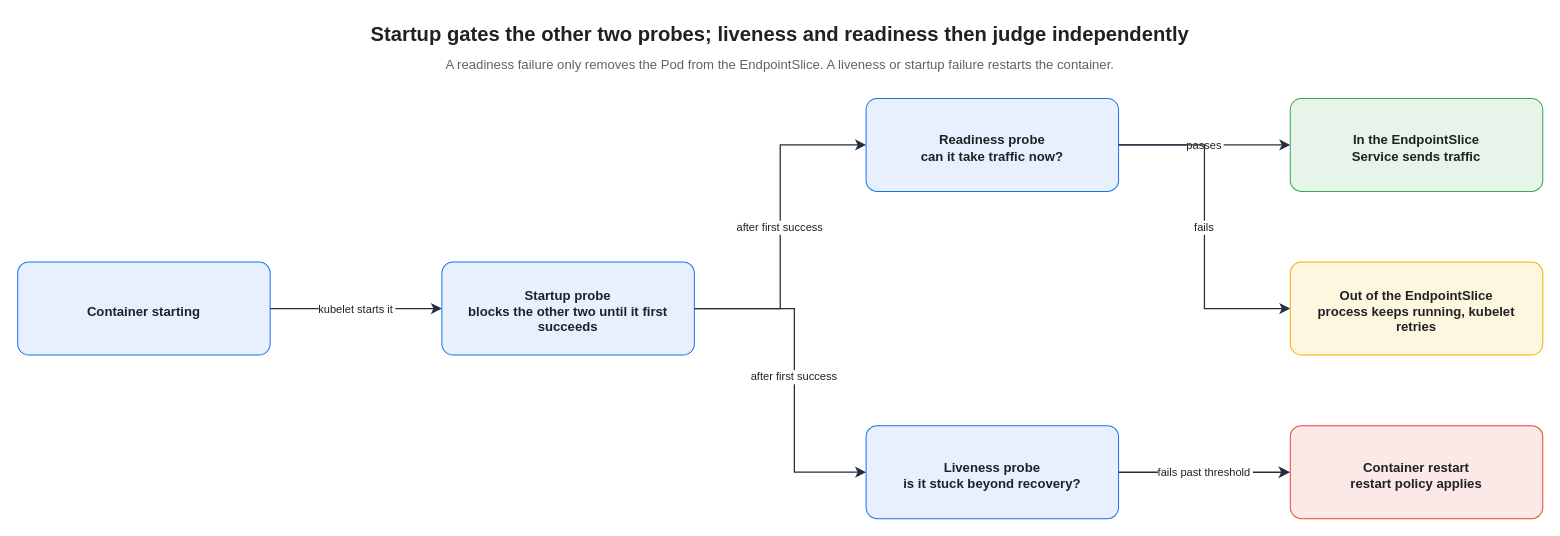
Above: assets/img/kubernetes/probe-state-flow.drawio in KKamJi98/kkamji98.github.io (draw.io), before the change. Source tidied: cells renumbered, new cells numbered last; positions are measured from the earlier drawing's top-left corner, leaving out a move shared by most shapes. Both pictures are drawn from the tidied source at 101%, with x=0, y=0 at pixel (17, 17).
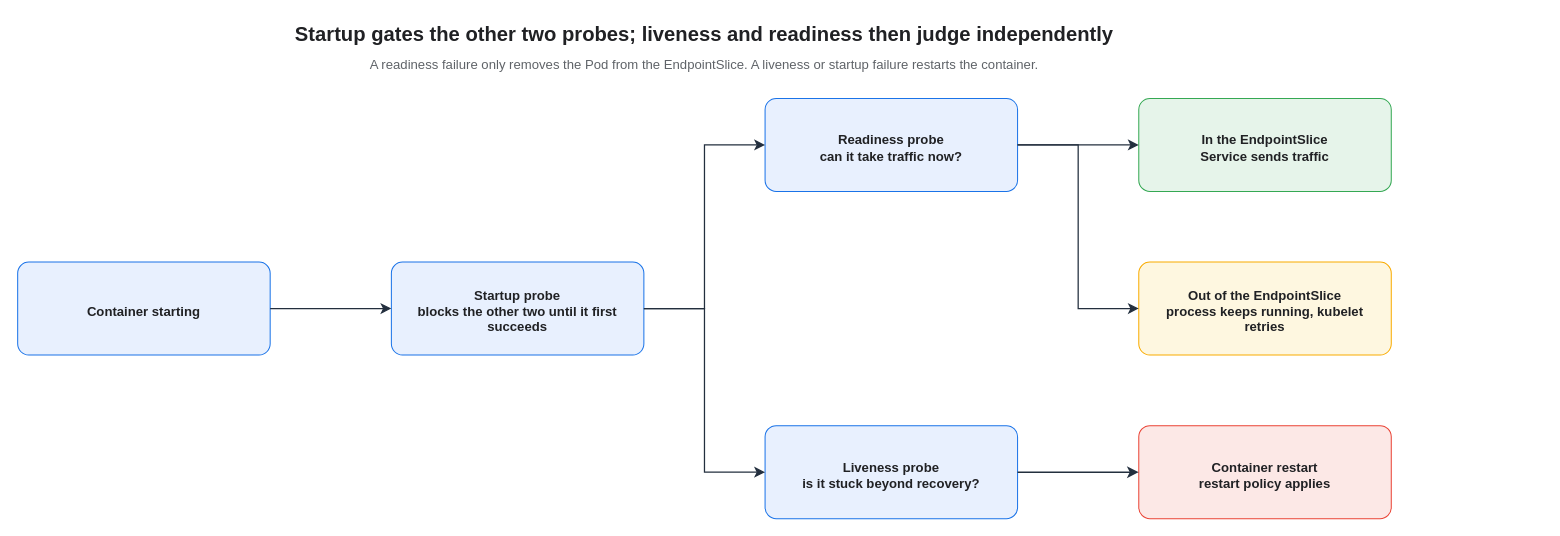
Above is the later version.

The change refers to these unchanged cells:
```xml
<mxCell id="4" value="Container starting" style="rounded=1;whiteSpace=wrap;html=0;arcSize=12;fillColor=#E8F0FE;strokeColor=#1A73E8;fontColor=#202124;fontSize=13;fontStyle=1;align=center;verticalAlign=middle;spacingTop=6;spacingLeft=6;spacingRight=6;" parent="1" vertex="1">
  <mxGeometry y="242" width="250" height="92" as="geometry" />
</mxCell>
```

The edit, as a diff of the source:
```diff
@@
     <mxCell id="2" value="Startup gates the other two probes; liveness and readiness then judge independently" style="text;html=0;strokeColor=none;fillColor=none;align=center;verticalAlign=middle;fontColor=#202124;fontSize=20;fontStyle=1;" parent="1" vertex="1">
-      <mxGeometry width="1510" height="30" as="geometry" />
+      <mxGeometry width="1360" height="30" as="geometry" />
     </mxCell>
     <mxCell id="3" value="A readiness failure only removes the Pod from the EndpointSlice. A liveness or startup failure restarts the container." style="text;html=0;strokeColor=none;fillColor=none;align=center;verticalAlign=middle;fontColor=#5F6368;fontSize=13;" parent="1" vertex="1">
-      <mxGeometry y="34" width="1510" height="24" as="geometry" />
+      <mxGeometry y="34" width="1360" height="24" as="geometry" />
     </mxCell>
@@
     <mxCell id="5" value="Startup probe&#10;blocks the other two until it first succeeds" style="rounded=1;whiteSpace=wrap;html=0;arcSize=12;fillColor=#E8F0FE;strokeColor=#1A73E8;fontColor=#202124;fontSize=13;fontStyle=1;align=center;verticalAlign=middle;spacingTop=6;spacingLeft=6;spacingRight=6;" parent="1" vertex="1">
-      <mxGeometry x="420" y="242" width="250" height="92" as="geometry" />
+      <mxGeometry x="370" y="242" width="250" height="92" as="geometry" />
     </mxCell>
     <mxCell id="6" value="Readiness probe&#10;can it take traffic now?" style="rounded=1;whiteSpace=wrap;html=0;arcSize=12;fillColor=#E8F0FE;strokeColor=#1A73E8;fontColor=#202124;fontSize=13;fontStyle=1;align=center;verticalAlign=middle;spacingTop=6;spacingLeft=6;spacingRight=6;" parent="1" vertex="1">
-      <mxGeometry x="840" y="80" width="250" height="92" as="geometry" />
+      <mxGeometry x="740" y="80" width="250" height="92" as="geometry" />
     </mxCell>
     <mxCell id="7" value="Liveness probe&#10;is it stuck beyond recovery?" style="rounded=1;whiteSpace=wrap;html=0;arcSize=12;fillColor=#E8F0FE;strokeColor=#1A73E8;fontColor=#202124;fontSize=13;fontStyle=1;align=center;verticalAlign=middle;spacingTop=6;spacingLeft=6;spacingRight=6;" parent="1" vertex="1">
-      <mxGeometry x="840" y="404" width="250" height="92" as="geometry" />
+      <mxGeometry x="740" y="404" width="250" height="92" as="geometry" />
     </mxCell>
     <mxCell id="8" value="In the EndpointSlice&#10;Service sends traffic" style="rounded=1;whiteSpace=wrap;html=0;arcSize=12;fillColor=#E6F4EA;strokeColor=#34A853;fontColor=#202124;fontSize=13;fontStyle=1;align=center;verticalAlign=middle;spacingTop=6;spacingLeft=6;spacingRight=6;" parent="1" vertex="1">
-      <mxGeometry x="1260" y="80" width="250" height="92" as="geometry" />
+      <mxGeometry x="1110" y="80" width="250" height="92" as="geometry" />
     </mxCell>
     <mxCell id="9" value="Out of the EndpointSlice&#10;process keeps running, kubelet retries" style="rounded=1;whiteSpace=wrap;html=0;arcSize=12;fillColor=#FEF7E0;strokeColor=#F9AB00;fontColor=#202124;fontSize=13;fontStyle=1;align=center;verticalAlign=middle;spacingTop=6;spacingLeft=6;spacingRight=6;" parent="1" vertex="1">
-      <mxGeometry x="1260" y="242" width="250" height="92" as="geometry" />
+      <mxGeometry x="1110" y="242" width="250" height="92" as="geometry" />
     </mxCell>
     <mxCell id="10" value="Container restart&#10;restart policy applies" style="rounded=1;whiteSpace=wrap;html=0;arcSize=12;fillColor=#FCE8E6;strokeColor=#EA4335;fontColor=#202124;fontSize=13;fontStyle=1;align=center;verticalAlign=middle;spacingTop=6;spacingLeft=6;spacingRight=6;" parent="1" vertex="1">
-      <mxGeometry x="1260" y="404" width="250" height="92" as="geometry" />
+      <mxGeometry x="1110" y="404" width="250" height="92" as="geometry" />
     </mxCell>
-    <mxCell id="11" value="kubelet starts it" style="edgeStyle=orthogonalEdgeStyle;rounded=0;html=0;strokeColor=#232F3E;strokeWidth=1.25;endArrow=classic;endFill=1;endSize=7;fontSize=11;fontColor=#202124;labelBackgroundColor=#FFFFFF;exitX=1;exitY=0.5;entryX=0;entryY=0.5;exitDx=0;exitDy=0;entryDx=0;entryDy=0;" parent="1" edge="1" source="4" target="5">
+    <mxCell id="11" style="edgeStyle=orthogonalEdgeStyle;rounded=0;html=0;strokeColor=#232F3E;strokeWidth=1.25;endArrow=classic;endFill=1;endSize=7;fontSize=11;fontColor=#202124;labelBackgroundColor=none;exitX=1;exitY=0.5;entryX=0;entryY=0.5;exitDx=0;exitDy=0;entryDx=0;entryDy=0;" parent="1" edge="1" source="4" target="5">
       <mxGeometry relative="1" as="geometry" />
     </mxCell>
-    <mxCell id="12" value="after first success" style="edgeStyle=orthogonalEdgeStyle;rounded=0;html=0;strokeColor=#232F3E;strokeWidth=1.25;endArrow=classic;endFill=1;endSize=7;fontSize=11;fontColor=#202124;labelBackgroundColor=#FFFFFF;exitX=1;exitY=0.5;entryX=0;entryY=0.5;exitDx=0;exitDy=0;entryDx=0;entryDy=0;" parent="1" edge="1" source="5" target="6">
+    <mxCell id="12" style="edgeStyle=orthogonalEdgeStyle;rounded=0;html=0;strokeColor=#232F3E;strokeWidth=1.25;endArrow=classic;endFill=1;endSize=7;fontSize=11;fontColor=#202124;labelBackgroundColor=none;exitX=1;exitY=0.5;entryX=0;entryY=0.5;exitDx=0;exitDy=0;entryDx=0;entryDy=0;" parent="1" edge="1" source="5" target="6">
       <mxGeometry relative="1" as="geometry">
         <Array as="points">
-          <mxPoint x="755" y="288" />
-          <mxPoint x="755" y="126" />
+          <mxPoint x="680" y="288" />
+          <mxPoint x="680" y="126" />
         </Array>
       </mxGeometry>
     </mxCell>
-    <mxCell id="13" value="after first success" style="edgeStyle=orthogonalEdgeStyle;rounded=0;html=0;strokeColor=#232F3E;strokeWidth=1.25;endArrow=classic;endFill=1;endSize=7;fontSize=11;fontColor=#202124;labelBackgroundColor=#FFFFFF;exitX=1;exitY=0.5;entryX=0;entryY=0.5;exitDx=0;exitDy=0;entryDx=0;entryDy=0;" parent="1" edge="1" source="5" target="7">
+    <mxCell id="13" style="edgeStyle=orthogonalEdgeStyle;rounded=0;html=0;strokeColor=#232F3E;strokeWidth=1.25;endArrow=classic;endFill=1;endSize=7;fontSize=11;fontColor=#202124;labelBackgroundColor=none;exitX=1;exitY=0.5;entryX=0;entryY=0.5;exitDx=0;exitDy=0;entryDx=0;entryDy=0;" parent="1" edge="1" source="5" target="7">
       <mxGeometry relative="1" as="geometry">
         <Array as="points">
-          <mxPoint x="769" y="288" />
-          <mxPoint x="769" y="450" />
+          <mxPoint x="680" y="288" />
+          <mxPoint x="680" y="450" />
         </Array>
       </mxGeometry>
     </mxCell>
-    <mxCell id="14" value="passes" style="edgeStyle=orthogonalEdgeStyle;rounded=0;html=0;strokeColor=#232F3E;strokeWidth=1.25;endArrow=classic;endFill=1;endSize=7;fontSize=11;fontColor=#202124;labelBackgroundColor=#FFFFFF;exitX=1;exitY=0.5;entryX=0;entryY=0.5;exitDx=0;exitDy=0;entryDx=0;entryDy=0;" parent="1" edge="1" source="6" target="8">
+    <mxCell id="14" style="edgeStyle=orthogonalEdgeStyle;rounded=0;html=0;strokeColor=#232F3E;strokeWidth=1.25;endArrow=classic;endFill=1;endSize=7;fontSize=11;fontColor=#202124;labelBackgroundColor=none;exitX=1;exitY=0.5;entryX=0;entryY=0.5;exitDx=0;exitDy=0;entryDx=0;entryDy=0;" parent="1" edge="1" source="6" target="8">
       <mxGeometry relative="1" as="geometry" />
     </mxCell>
-    <mxCell id="15" value="fails" style="edgeStyle=orthogonalEdgeStyle;rounded=0;html=0;strokeColor=#232F3E;strokeWidth=1.25;endArrow=classic;endFill=1;endSize=7;fontSize=11;fontColor=#202124;labelBackgroundColor=#FFFFFF;exitX=1;exitY=0.5;entryX=0;entryY=0.5;exitDx=0;exitDy=0;entryDx=0;entryDy=0;" parent="1" edge="1" source="6" target="9">
+    <mxCell id="15" style="edgeStyle=orthogonalEdgeStyle;rounded=0;html=0;strokeColor=#232F3E;strokeWidth=1.25;endArrow=classic;endFill=1;endSize=7;fontSize=11;fontColor=#202124;labelBackgroundColor=none;exitX=1;exitY=0.5;entryX=0;entryY=0.5;exitDx=0;exitDy=0;entryDx=0;entryDy=0;" parent="1" edge="1" source="6" target="9">
       <mxGeometry relative="1" as="geometry">
         <Array as="points">
-          <mxPoint x="1175" y="126" />
-          <mxPoint x="1175" y="288" />
+          <mxPoint x="1050" y="126" />
+          <mxPoint x="1050" y="288" />
         </Array>
       </mxGeometry>
     </mxCell>
-    <mxCell id="16" value="fails past threshold" style="edgeStyle=orthogonalEdgeStyle;rounded=0;html=0;strokeColor=#232F3E;strokeWidth=1.5;endArrow=classic;endFill=1;endSize=7;fontSize=11;fontColor=#202124;labelBackgroundColor=#FFFFFF;exitX=1;exitY=0.5;entryX=0;entryY=0.5;exitDx=0;exitDy=0;entryDx=0;entryDy=0;" parent="1" edge="1" source="7" target="10">
+    <mxCell id="16" style="edgeStyle=orthogonalEdgeStyle;rounded=0;html=0;strokeColor=#232F3E;strokeWidth=1.5;endArrow=classic;endFill=1;endSize=7;fontSize=11;fontColor=#202124;labelBackgroundColor=none;exitX=1;exitY=0.5;entryX=0;entryY=0.5;exitDx=0;exitDy=0;entryDx=0;entryDy=0;" parent="1" edge="1" source="7" target="10">
       <mxGeometry relative="1" as="geometry" />
     </mxCell>
```
